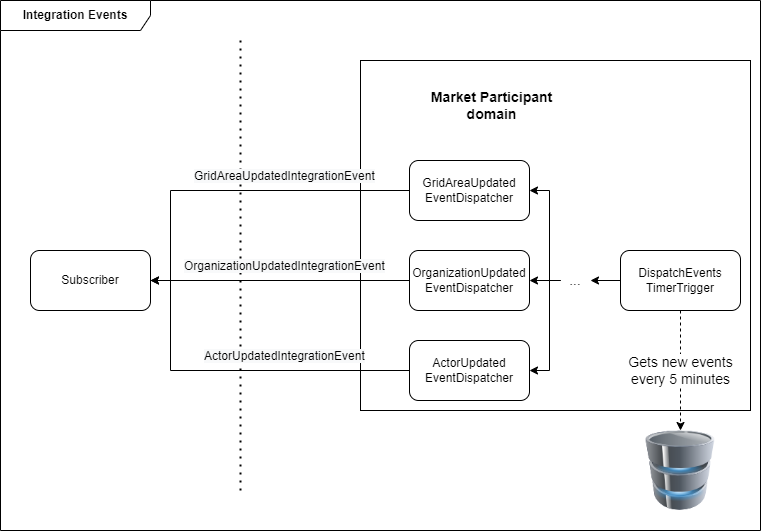
This is docs/images/Actor_register-IntegrationsEvents.drawio.png from Energinet-DataHub/geh-market-participant, a draw.io export, as it was before one commit. Source tidied: cells renumbered, new cells last; positions are measured from the earlier drawing's top-left corner, leaving out a move shared by most shapes.
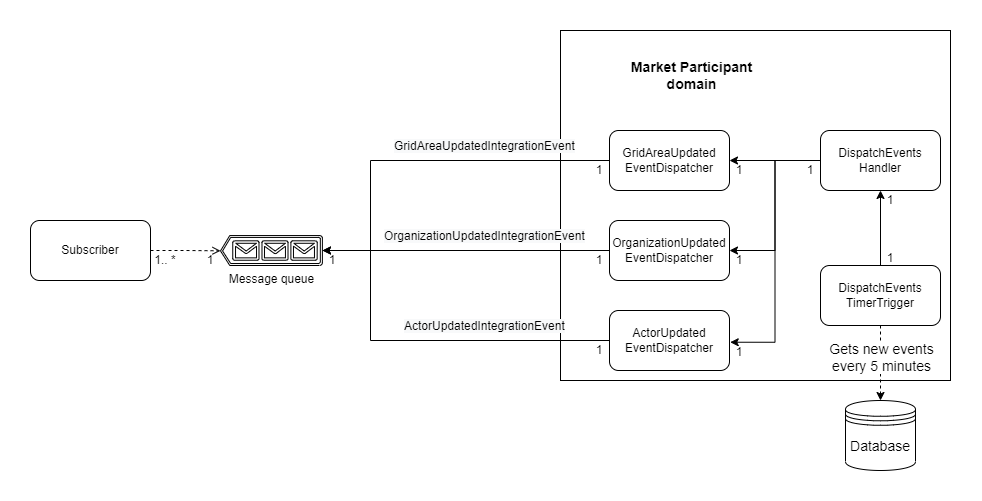
Later version of the same file.

Commit message:
Update class diagram

The edit, as a diff of the source:
```diff
@@ -2,19 +2,10 @@
   <root>
     <mxCell id="0" />
     <mxCell id="1" parent="0" />
-    <mxCell id="2" value="Integration Events" style="shape=umlFrame;whiteSpace=wrap;html=1;width=150;height=30;fontStyle=1;" parent="1" vertex="1">
-      <mxGeometry width="760" height="530" as="geometry" />
-    </mxCell>
     <mxCell id="3" style="rounded=0;whiteSpace=wrap;html=1;" parent="1" vertex="1">
       <mxGeometry x="360" y="60" width="390" height="350" as="geometry" />
     </mxCell>
-    <mxCell id="4" style="endArrow=none;dashed=1;html=1;dashPattern=1 3;strokeWidth=2;rounded=0;" parent="1" edge="1">
-      <mxGeometry relative="1" as="geometry">
-        <mxPoint x="240" y="490" as="sourcePoint" />
-        <mxPoint x="240" y="40" as="targetPoint" />
-      </mxGeometry>
-    </mxCell>
-    <mxCell id="5" style="edgeStyle=orthogonalEdgeStyle;rounded=0;jettySize=auto;html=1;entryX=1;entryY=0.5;entryDx=0;entryDy=0;" parent="1" edge="1" source="6" target="7">
+    <mxCell id="5" style="edgeStyle=orthogonalEdgeStyle;rounded=0;jettySize=auto;html=1;entryX=0;entryY=0.5;entryDx=0;entryDy=0;entryPerimeter=0;" parent="1" edge="1" source="6" target="42">
       <mxGeometry relative="1" as="geometry">
         <Array as="points">
           <mxPoint x="170" y="370" />
@@ -25,13 +16,16 @@
     <mxCell id="6" value="ActorUpdated&lt;br&gt;EventDispatcher" style="rounded=1;whiteSpace=wrap;html=1;" parent="1" vertex="1">
       <mxGeometry x="409" y="340" width="120" height="60" as="geometry" />
     </mxCell>
+    <mxCell id="25" style="edgeStyle=orthogonalEdgeStyle;rounded=0;jettySize=auto;html=1;entryX=1;entryY=0.51;entryDx=0;entryDy=0;entryPerimeter=0;dashed=1;endArrow=open;endFill=0;" parent="1" edge="1" source="7" target="42">
+      <mxGeometry relative="1" as="geometry" />
+    </mxCell>
     <mxCell id="7" value="Subscriber" style="rounded=1;whiteSpace=wrap;html=1;" parent="1" vertex="1">
-      <mxGeometry x="30" y="250" width="120" height="60" as="geometry" />
+      <mxGeometry x="-170" y="250" width="120" height="60" as="geometry" />
     </mxCell>
     <mxCell id="8" value="GridAreaUpdated&lt;br&gt;EventDispatcher" style="rounded=1;whiteSpace=wrap;html=1;" parent="1" vertex="1">
       <mxGeometry x="409" y="160" width="120" height="60" as="geometry" />
     </mxCell>
-    <mxCell id="9" style="edgeStyle=orthogonalEdgeStyle;rounded=0;jettySize=auto;html=1;entryX=1;entryY=0.5;entryDx=0;entryDy=0;exitX=0;exitY=0.5;exitDx=0;exitDy=0;" parent="1" edge="1" source="8" target="7">
+    <mxCell id="9" style="edgeStyle=orthogonalEdgeStyle;rounded=0;jettySize=auto;html=1;entryX=0;entryY=0.5;entryDx=0;entryDy=0;exitX=0;exitY=0.5;exitDx=0;exitDy=0;entryPerimeter=0;" parent="1" edge="1" source="8" target="42">
       <mxGeometry relative="1" as="geometry">
         <Array as="points">
           <mxPoint x="170" y="190" />
@@ -39,7 +33,7 @@
         </Array>
       </mxGeometry>
     </mxCell>
-    <mxCell id="10" style="edgeStyle=none;rounded=0;jettySize=auto;html=1;entryX=1;entryY=0.5;entryDx=0;entryDy=0;endArrow=none;endFill=0;strokeWidth=1;" parent="1" edge="1" source="11" target="7">
+    <mxCell id="10" style="edgeStyle=none;rounded=0;jettySize=auto;html=1;entryX=0;entryY=0.5;entryDx=0;entryDy=0;endArrow=none;endFill=0;strokeWidth=1;entryPerimeter=0;" parent="1" edge="1" source="11" target="42">
       <mxGeometry relative="1" as="geometry" />
     </mxCell>
     <mxCell id="11" value="OrganizationUpdated&lt;br&gt;EventDispatcher" style="rounded=1;whiteSpace=wrap;html=1;" parent="1" vertex="1">
@@ -57,44 +51,75 @@
     <mxCell id="15" value="&lt;span style=&quot;color: rgb(0, 0, 0); font-family: helvetica; font-size: 12px; font-style: normal; font-weight: 400; letter-spacing: normal; text-align: center; text-indent: 0px; text-transform: none; word-spacing: 0px; background-color: rgb(248, 249, 250); display: inline; float: none;&quot;&gt;ActorUpdatedIntegrationEvent&lt;/span&gt;" style="text;whiteSpace=wrap;html=1;fontSize=14;" parent="1" vertex="1">
       <mxGeometry x="202" y="340" width="190" height="30" as="geometry" />
     </mxCell>
-    <mxCell id="16" style="image;html=1;image=img/lib/clip_art/computers/Database_128x128.png;labelBackgroundColor=none;fontSize=14;" parent="1" vertex="1">
-      <mxGeometry x="640" y="430" width="80" height="80" as="geometry" />
-    </mxCell>
-    <mxCell id="17" style="edgeStyle=none;rounded=0;jettySize=auto;html=1;fontSize=14;startArrow=none;startFill=0;endArrow=classic;endFill=1;strokeWidth=1;dashed=1;" parent="1" edge="1" source="20" target="16">
-      <mxGeometry relative="1" as="geometry" />
+    <mxCell id="17" style="edgeStyle=none;rounded=0;jettySize=auto;html=1;fontSize=14;startArrow=none;startFill=0;endArrow=classic;endFill=1;strokeWidth=1;dashed=1;" parent="1" edge="1" source="20">
+      <mxGeometry relative="1" as="geometry">
+        <mxPoint x="680" y="430" as="targetPoint" />
+      </mxGeometry>
     </mxCell>
     <mxCell id="18" value="Gets new events&lt;br&gt;every 5 minutes" style="edgeLabel;html=1;align=center;verticalAlign=middle;fontSize=14;" parent="17" vertex="1">
       <mxGeometry x="0.26" y="3" relative="1" as="geometry">
         <mxPoint x="-3" y="-16" as="offset" />
       </mxGeometry>
     </mxCell>
-    <mxCell id="19" style="edgeStyle=none;rounded=0;jettySize=auto;html=1;entryX=1;entryY=0.5;entryDx=0;entryDy=0;fontSize=14;startArrow=none;startFill=0;endArrow=classic;endFill=1;strokeWidth=1;" parent="1" edge="1" source="20" target="24">
-      <mxGeometry relative="1" as="geometry" />
-    </mxCell>
+    <mxCell id="26" style="edgeStyle=orthogonalEdgeStyle;rounded=0;jettySize=auto;html=1;entryX=0.5;entryY=1;entryDx=0;entryDy=0;" parent="1" edge="1" source="20" target="35">
+      <mxGeometry relative="1" as="geometry" />
+    </mxCell>
     <mxCell id="20" value="DispatchEvents&lt;br&gt;TimerTrigger" style="rounded=1;whiteSpace=wrap;html=1;" parent="1" vertex="1">
-      <mxGeometry x="620" y="250" width="120" height="60" as="geometry" />
+      <mxGeometry x="620" y="295" width="120" height="60" as="geometry" />
     </mxCell>
-    <mxCell id="21" style="edgeStyle=none;rounded=0;jettySize=auto;html=1;entryX=1;entryY=0.5;entryDx=0;entryDy=0;fontSize=14;startArrow=none;startFill=0;endArrow=classic;endFill=1;strokeWidth=1;" parent="1" edge="1" source="24" target="11">
-      <mxGeometry relative="1" as="geometry" />
-    </mxCell>
-    <mxCell id="22" style="edgeStyle=orthogonalEdgeStyle;rounded=0;jettySize=auto;html=1;entryX=1;entryY=0.5;entryDx=0;entryDy=0;fontSize=14;startArrow=none;startFill=0;endArrow=classic;endFill=1;strokeWidth=1;" parent="1" edge="1" source="24" target="8">
-      <mxGeometry relative="1" as="geometry">
-        <Array as="points">
-          <mxPoint x="549" y="280" />
-          <mxPoint x="549" y="190" />
-        </Array>
-      </mxGeometry>
-    </mxCell>
-    <mxCell id="23" style="edgeStyle=orthogonalEdgeStyle;rounded=0;jettySize=auto;html=1;entryX=1;entryY=0.5;entryDx=0;entryDy=0;fontSize=14;startArrow=none;startFill=0;endArrow=classic;endFill=1;strokeWidth=1;" parent="1" edge="1" source="24" target="6">
-      <mxGeometry relative="1" as="geometry">
-        <Array as="points">
-          <mxPoint x="549" y="280" />
-          <mxPoint x="549" y="370" />
-        </Array>
-      </mxGeometry>
-    </mxCell>
-    <mxCell id="24" value="..." style="text;html=1;strokeColor=none;fillColor=none;align=center;verticalAlign=middle;whiteSpace=wrap;rounded=0;labelBackgroundColor=none;fontSize=14;" parent="1" vertex="1">
-      <mxGeometry x="560" y="265" width="30" height="30" as="geometry" />
-    </mxCell>
+    <mxCell id="27" value="Database" style="shape=datastore;whiteSpace=wrap;html=1;labelBackgroundColor=none;fontSize=14;" parent="1" vertex="1">
+      <mxGeometry x="645" y="430" width="70" height="70" as="geometry" />
+    </mxCell>
+    <mxCell id="28" value="1" style="text;html=1;strokeColor=none;fillColor=none;align=center;verticalAlign=middle;whiteSpace=wrap;rounded=0;" parent="1" vertex="1">
+      <mxGeometry x="389" y="280" width="20" height="20" as="geometry" />
+    </mxCell>
+    <mxCell id="29" value="1" style="text;html=1;strokeColor=none;fillColor=none;align=center;verticalAlign=middle;whiteSpace=wrap;rounded=0;" parent="1" vertex="1">
+      <mxGeometry x="389" y="370" width="20" height="20" as="geometry" />
+    </mxCell>
+    <mxCell id="30" value="1" style="text;html=1;strokeColor=none;fillColor=none;align=center;verticalAlign=middle;whiteSpace=wrap;rounded=0;" parent="1" vertex="1">
+      <mxGeometry x="389" y="190" width="20" height="20" as="geometry" />
+    </mxCell>
+    <mxCell id="31" value="1.. *" style="text;html=1;strokeColor=none;fillColor=none;align=center;verticalAlign=middle;whiteSpace=wrap;rounded=0;" parent="1" vertex="1">
+      <mxGeometry x="-50" y="280" width="30" height="20" as="geometry" />
+    </mxCell>
+    <mxCell id="32" style="edgeStyle=orthogonalEdgeStyle;rounded=0;jettySize=auto;html=1;entryX=1;entryY=0.5;entryDx=0;entryDy=0;" parent="1" edge="1" source="35" target="11">
+      <mxGeometry relative="1" as="geometry" />
+    </mxCell>
+    <mxCell id="33" style="edgeStyle=orthogonalEdgeStyle;rounded=0;jettySize=auto;html=1;entryX=1;entryY=0.5;entryDx=0;entryDy=0;" parent="1" edge="1" source="35" target="8">
+      <mxGeometry relative="1" as="geometry" />
+    </mxCell>
+    <mxCell id="34" style="edgeStyle=orthogonalEdgeStyle;rounded=0;jettySize=auto;html=1;entryX=1.006;entryY=0.529;entryDx=0;entryDy=0;entryPerimeter=0;" parent="1" edge="1" source="35" target="6">
+      <mxGeometry relative="1" as="geometry" />
+    </mxCell>
+    <mxCell id="35" value="DispatchEvents&lt;br&gt;Handler" style="rounded=1;whiteSpace=wrap;html=1;" parent="1" vertex="1">
+      <mxGeometry x="620" y="160" width="120" height="60" as="geometry" />
+    </mxCell>
+    <mxCell id="36" value="1" style="text;html=1;strokeColor=none;fillColor=none;align=center;verticalAlign=middle;whiteSpace=wrap;rounded=0;" parent="1" vertex="1">
+      <mxGeometry x="529" y="280" width="20" height="20" as="geometry" />
+    </mxCell>
+    <mxCell id="37" value="1" style="text;html=1;strokeColor=none;fillColor=none;align=center;verticalAlign=middle;whiteSpace=wrap;rounded=0;" parent="1" vertex="1">
+      <mxGeometry x="529" y="372" width="20" height="20" as="geometry" />
+    </mxCell>
+    <mxCell id="38" value="1" style="text;html=1;strokeColor=none;fillColor=none;align=center;verticalAlign=middle;whiteSpace=wrap;rounded=0;" parent="1" vertex="1">
+      <mxGeometry x="529" y="190" width="20" height="20" as="geometry" />
+    </mxCell>
+    <mxCell id="39" value="1" style="text;html=1;strokeColor=none;fillColor=none;align=center;verticalAlign=middle;whiteSpace=wrap;rounded=0;" parent="1" vertex="1">
+      <mxGeometry x="600" y="190" width="20" height="20" as="geometry" />
+    </mxCell>
+    <mxCell id="40" value="1" style="text;html=1;strokeColor=none;fillColor=none;align=center;verticalAlign=middle;whiteSpace=wrap;rounded=0;" parent="1" vertex="1">
+      <mxGeometry x="680" y="220" width="20" height="20" as="geometry" />
+    </mxCell>
+    <mxCell id="41" value="1" style="text;html=1;strokeColor=none;fillColor=none;align=center;verticalAlign=middle;whiteSpace=wrap;rounded=0;" parent="1" vertex="1">
+      <mxGeometry x="680" y="278" width="20" height="20" as="geometry" />
+    </mxCell>
+    <mxCell id="42" value="Message queue" style="verticalLabelPosition=bottom;html=1;verticalAlign=top;align=center;shape=mxgraph.azure.queue_generic;direction=east;flipH=1;" parent="1" vertex="1">
+      <mxGeometry x="20" y="265" width="102" height="30" as="geometry" />
+    </mxCell>
+    <mxCell id="43" value="1" style="text;html=1;strokeColor=none;fillColor=none;align=center;verticalAlign=middle;whiteSpace=wrap;rounded=0;" parent="1" vertex="1">
+      <mxGeometry x="122" y="280" width="20" height="20" as="geometry" />
+    </mxCell>
+    <mxCell id="44" value="1" style="text;html=1;strokeColor=none;fillColor=none;align=center;verticalAlign=middle;whiteSpace=wrap;rounded=0;" parent="1" vertex="1">
+      <mxGeometry y="280" width="20" height="20" as="geometry" />
+    </mxCell>
   </root>
 </mxGraphModel>
```
